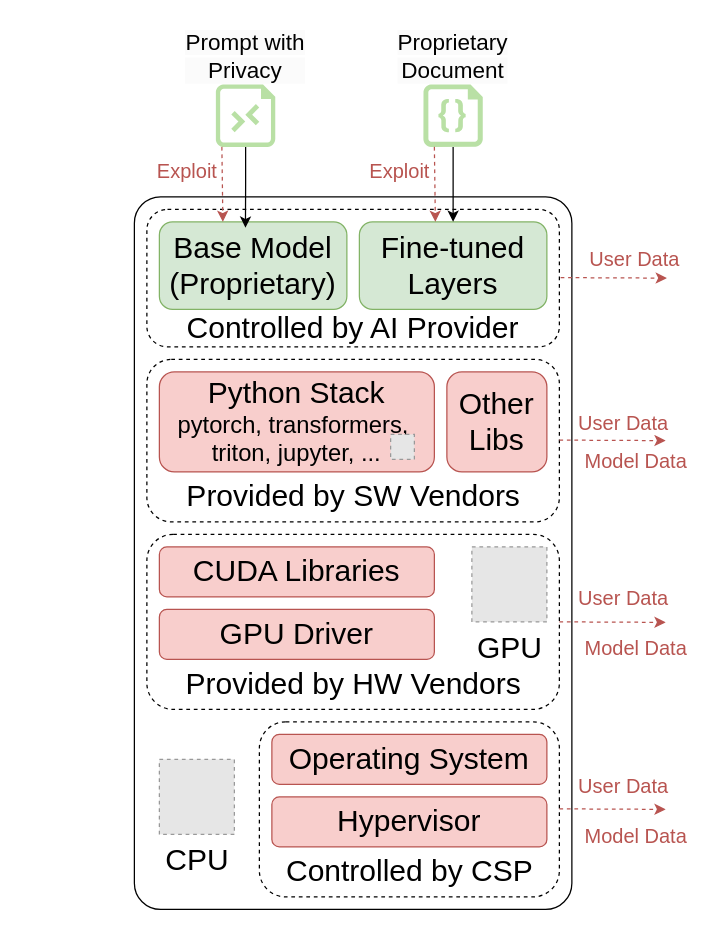
Above: page "motivation" (1 of 2) of ConfidentialComputing/confAI_current.drawio in ya0guang/researches (draw.io), before the change. Source tidied: cells renumbered, new cells numbered last; positions are measured from the earlier drawing's top-left corner, leaving out a move shared by most shapes. Both pictures are drawn from the tidied source at 125%, with x=0, y=0 at pixel (134, 21). Pictures stored in the file or linked from it are replaced by grey dashed boxes.
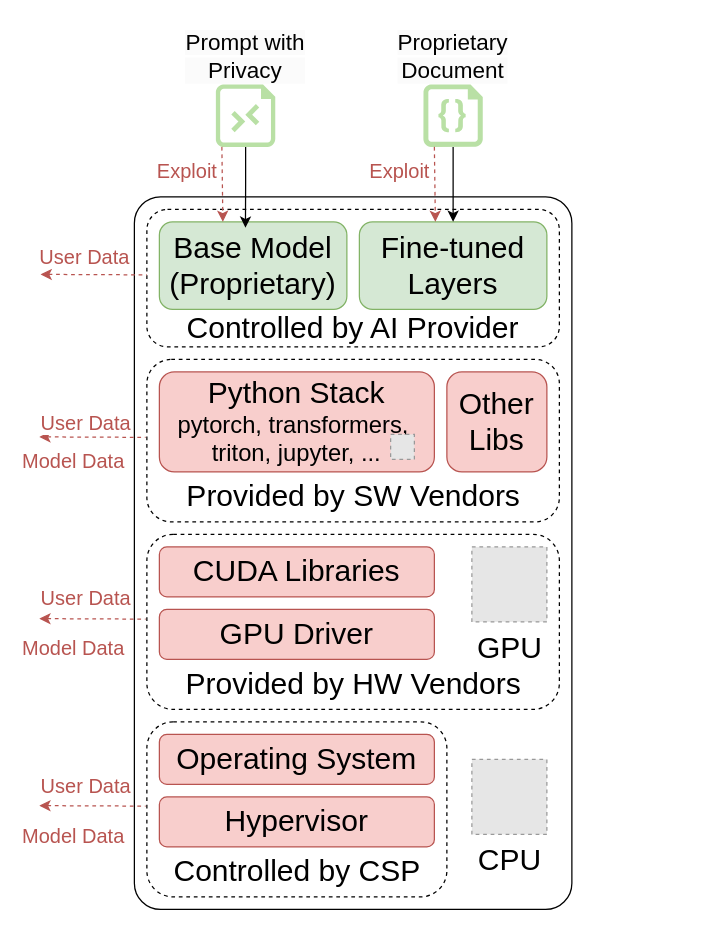
After the change.

Diff of the diagram source:
```diff
@@
+    <mxCell id="5" style="rounded=1;whiteSpace=wrap;html=1;fillColor=none;arcSize=6;" parent="1" vertex="1">
+      <mxGeometry y="140" width="350" height="570" as="geometry" />
+    </mxCell>
     <mxCell id="2" style="rounded=1;whiteSpace=wrap;html=1;fillColor=none;dashed=1;" parent="1" vertex="1">
-      <mxGeometry x="100" y="560" width="240" height="140" as="geometry" />
+      <mxGeometry x="10" y="560" width="240" height="140" as="geometry" />
     </mxCell>
@@
-    <mxCell id="5" style="rounded=1;whiteSpace=wrap;html=1;fillColor=none;arcSize=6;" parent="1" vertex="1">
-      <mxGeometry y="140" width="350" height="570" as="geometry" />
-    </mxCell>
@@
     <mxCell id="7" value="&lt;font style=&quot;font-size: 24px;&quot;&gt;Hypervisor&lt;/font&gt;" style="rounded=1;whiteSpace=wrap;html=1;fillColor=#f8cecc;strokeColor=#b85450;" parent="1" vertex="1">
-      <mxGeometry x="110" y="620" width="220" height="40" as="geometry" />
+      <mxGeometry x="20" y="620" width="220" height="40" as="geometry" />
     </mxCell>
     <mxCell id="8" value="&lt;font style=&quot;font-size: 24px;&quot;&gt;Operating System&lt;/font&gt;" style="rounded=1;whiteSpace=wrap;html=1;fillColor=#f8cecc;strokeColor=#b85450;" parent="1" vertex="1">
-      <mxGeometry x="110" y="570" width="220" height="40" as="geometry" />
+      <mxGeometry x="20" y="570" width="220" height="40" as="geometry" />
     </mxCell>
@@
     <mxCell id="13" value="&lt;font style=&quot;font-size: 24px;&quot;&gt;Controlled by CSP&lt;/font&gt;" style="text;html=1;align=center;verticalAlign=middle;strokeColor=none;fillColor=none;" parent="1" vertex="1">
-      <mxGeometry x="110" y="660" width="220" height="40" as="geometry" />
+      <mxGeometry x="20" y="660" width="220" height="40" as="geometry" />
     </mxCell>
@@
     <mxCell id="16" value="&lt;font style=&quot;font-size: 24px;&quot;&gt;CPU&lt;/font&gt;" style="fillColor=#E6E6E6;strokeColor=#999999;dashed=1;html=1;verticalLabelPosition=bottom;labelBackgroundColor=#ffffff;verticalAlign=top;" parent="1" vertex="1">
-      <mxGeometry x="20" y="590" width="60" height="60" as="geometry" />
+      <mxGeometry x="270" y="590" width="60" height="60" as="geometry" />
     </mxCell>
@@
-    <mxCell id="20" style="rounded=0;orthogonalLoop=1;jettySize=auto;html=1;dashed=1;fillColor=#f8cecc;strokeColor=#b85450;" parent="1" edge="1">
+    <mxCell id="20" style="rounded=0;orthogonalLoop=1;jettySize=auto;html=1;dashed=1;fillColor=#f8cecc;strokeColor=#b85450;startArrow=classic;startFill=1;endArrow=none;endFill=0;" parent="1" edge="1">
       <mxGeometry relative="1" as="geometry">
-        <mxPoint x="341" y="204.6" as="sourcePoint" />
-        <mxPoint x="426" y="205" as="targetPoint" />
+        <mxPoint x="-75" y="202" as="sourcePoint" />
+        <mxPoint x="10" y="202.4" as="targetPoint" />
       </mxGeometry>
     </mxCell>
     <mxCell id="21" value="&lt;font style=&quot;font-size: 16px;&quot;&gt;User Data&lt;/font&gt;" style="edgeLabel;html=1;align=center;verticalAlign=middle;fontColor=#B85450;" parent="20" vertex="1">
       <mxGeometry x="-0.29" relative="1" as="geometry">
-        <mxPoint x="29" y="-15" as="offset" />
+        <mxPoint x="5" y="-15" as="offset" />
       </mxGeometry>
     </mxCell>
@@
-    <mxCell id="32" style="rounded=0;orthogonalLoop=1;jettySize=auto;html=1;dashed=1;fillColor=#f8cecc;strokeColor=#b85450;" parent="1" edge="1">
+    <mxCell id="32" style="rounded=0;orthogonalLoop=1;jettySize=auto;html=1;dashed=1;fillColor=#f8cecc;strokeColor=#b85450;startArrow=classic;startFill=1;endArrow=none;endFill=0;" parent="1" edge="1">
       <mxGeometry relative="1" as="geometry">
-        <mxPoint x="340" y="334.6" as="sourcePoint" />
-        <mxPoint x="425" y="335" as="targetPoint" />
+        <mxPoint x="-76" y="332" as="sourcePoint" />
+        <mxPoint x="9" y="332.4" as="targetPoint" />
       </mxGeometry>
     </mxCell>
-    <mxCell id="33" style="rounded=0;orthogonalLoop=1;jettySize=auto;html=1;dashed=1;fillColor=#f8cecc;strokeColor=#b85450;" parent="1" edge="1">
+    <mxCell id="33" style="rounded=0;orthogonalLoop=1;jettySize=auto;html=1;dashed=1;fillColor=#f8cecc;strokeColor=#b85450;startArrow=classic;startFill=1;endArrow=none;endFill=0;" parent="1" edge="1">
       <mxGeometry relative="1" as="geometry">
-        <mxPoint x="340" y="480" as="sourcePoint" />
-        <mxPoint x="425" y="480.4" as="targetPoint" />
+        <mxPoint x="-76" y="477.4" as="sourcePoint" />
+        <mxPoint x="9" y="477.8" as="targetPoint" />
       </mxGeometry>
     </mxCell>
-    <mxCell id="34" style="rounded=0;orthogonalLoop=1;jettySize=auto;html=1;dashed=1;fillColor=#f8cecc;strokeColor=#b85450;" parent="1" edge="1">
+    <mxCell id="34" style="rounded=0;orthogonalLoop=1;jettySize=auto;html=1;dashed=1;fillColor=#f8cecc;strokeColor=#b85450;startArrow=classic;startFill=1;endArrow=none;endFill=0;" parent="1" edge="1">
       <mxGeometry relative="1" as="geometry">
-        <mxPoint x="340" y="629.6" as="sourcePoint" />
-        <mxPoint x="425" y="630" as="targetPoint" />
+        <mxPoint x="-76" y="627" as="sourcePoint" />
+        <mxPoint x="9" y="627.4" as="targetPoint" />
       </mxGeometry>
     </mxCell>
     <mxCell id="35" value="&lt;font style=&quot;font-size: 16px;&quot;&gt;User Data&lt;/font&gt;" style="edgeLabel;html=1;align=center;verticalAlign=middle;fontColor=#B85450;" parent="1" vertex="1">
-      <mxGeometry x="390" y="320" as="geometry" />
+      <mxGeometry x="-40" y="320" as="geometry" />
     </mxCell>
     <mxCell id="36" value="&lt;font style=&quot;font-size: 16px;&quot;&gt;User Data&lt;/font&gt;" style="edgeLabel;html=1;align=center;verticalAlign=middle;fontColor=#B85450;" parent="1" vertex="1">
-      <mxGeometry x="390" y="460" as="geometry" />
+      <mxGeometry x="-40" y="460" as="geometry" />
     </mxCell>
     <mxCell id="37" value="&lt;font style=&quot;font-size: 16px;&quot;&gt;User Data&lt;/font&gt;" style="edgeLabel;html=1;align=center;verticalAlign=middle;fontColor=#B85450;" parent="1" vertex="1">
-      <mxGeometry x="390" y="610" as="geometry" />
+      <mxGeometry x="-40" y="610" as="geometry" />
     </mxCell>
     <mxCell id="38" value="&lt;font style=&quot;font-size: 16px;&quot;&gt;Model Data&lt;/font&gt;" style="edgeLabel;html=1;align=center;verticalAlign=middle;fontColor=#B85450;" parent="1" vertex="1">
-      <mxGeometry x="400" y="350" as="geometry" />
+      <mxGeometry x="-50" y="350" as="geometry" />
     </mxCell>
     <mxCell id="39" value="&lt;font style=&quot;font-size: 16px;&quot;&gt;Model Data&lt;/font&gt;" style="edgeLabel;html=1;align=center;verticalAlign=middle;fontColor=#B85450;" parent="1" vertex="1">
-      <mxGeometry x="400" y="500" as="geometry" />
+      <mxGeometry x="-50" y="500" as="geometry" />
     </mxCell>
     <mxCell id="40" value="&lt;font style=&quot;font-size: 16px;&quot;&gt;Model Data&lt;/font&gt;" style="edgeLabel;html=1;align=center;verticalAlign=middle;fontColor=#B85450;" parent="1" vertex="1">
-      <mxGeometry x="400" y="650" as="geometry" />
+      <mxGeometry x="-50" y="650" as="geometry" />
     </mxCell>
```
